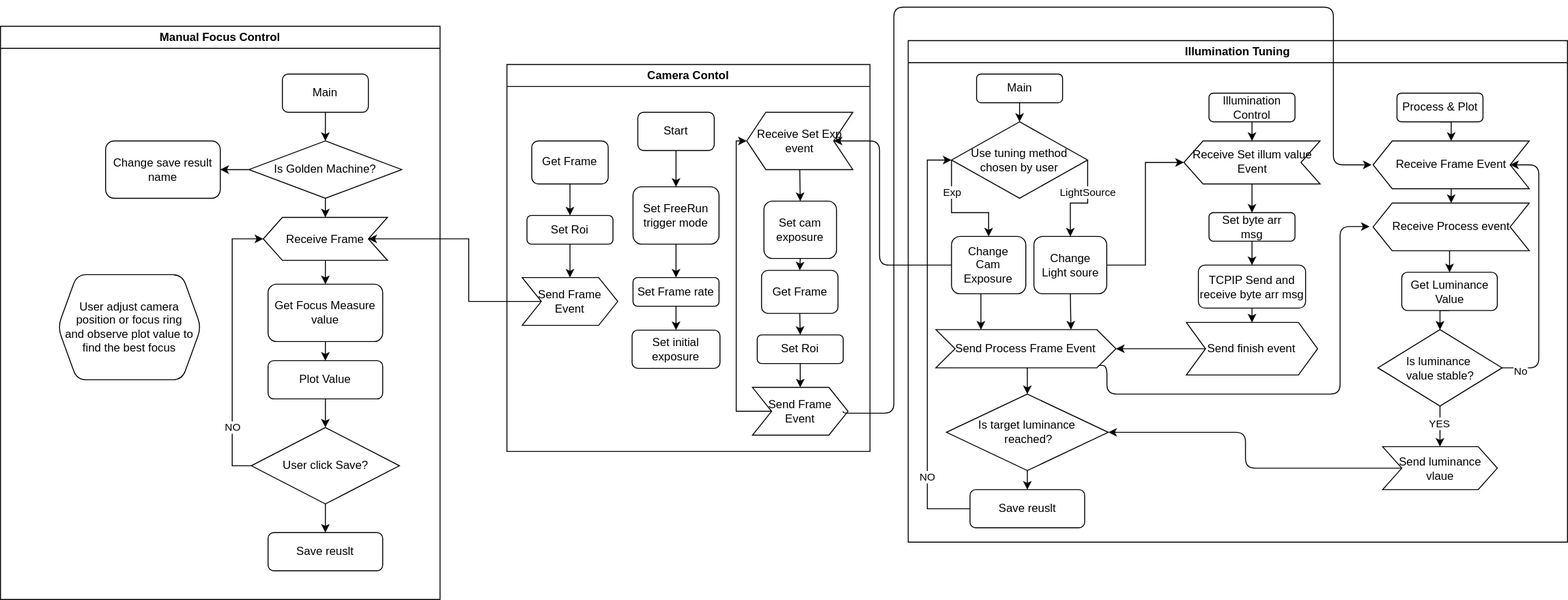
This is VSAM1.drawio.svg from TONiiV/flowcharts, a draw.io export, as it was before one commit. Source tidied: cells renumbered, new cells last; positions are measured from the earlier drawing's top-left corner, leaving out a move shared by most shapes.
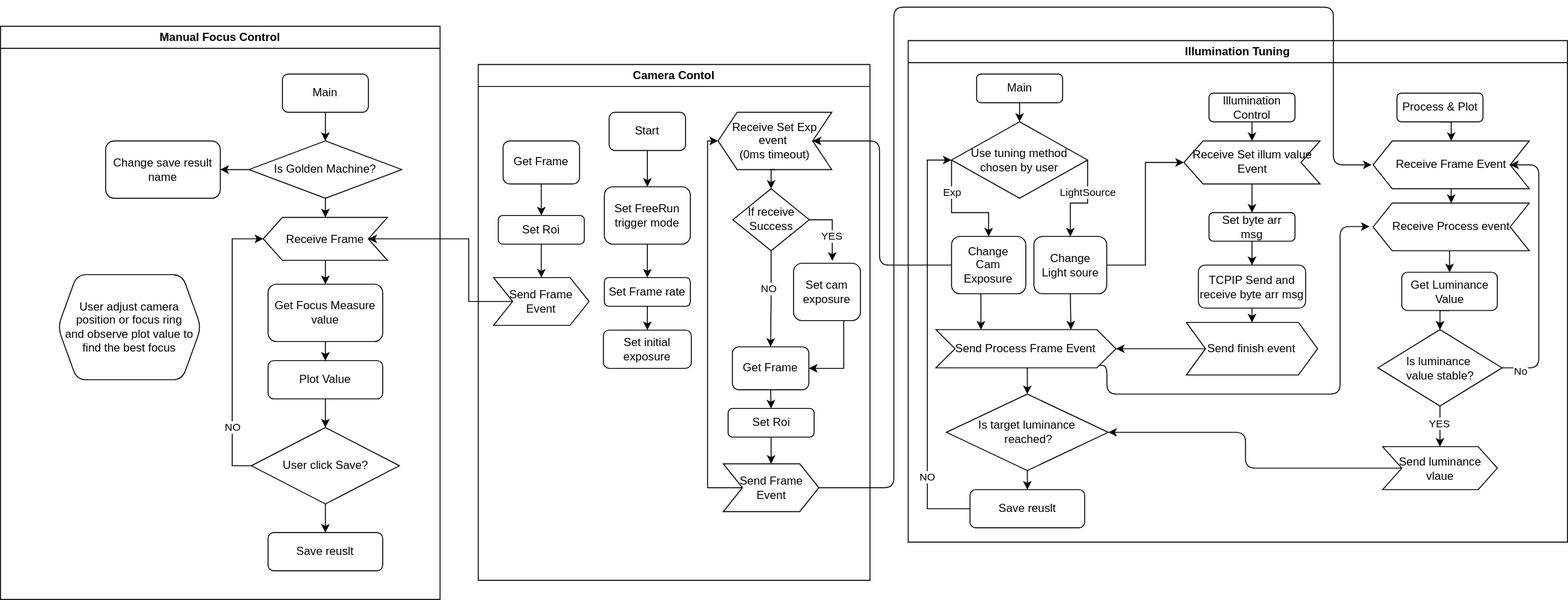
After the change.

Change to the diagram source:
```diff
@@ -182,7 +182,7 @@
       </mxGeometry>
     </mxCell>
     <mxCell id="49" value="Camera Contol" style="swimlane;whiteSpace=wrap;html=1;flipH=0;" parent="1" vertex="1">
-      <mxGeometry x="530" y="60" width="380" height="405" as="geometry" />
+      <mxGeometry x="500" y="60" width="410" height="540" as="geometry" />
     </mxCell>
     <mxCell id="50" value="Start" style="rounded=1;whiteSpace=wrap;html=1;" parent="49" vertex="1">
       <mxGeometry x="137" y="50" width="80" height="40" as="geometry" />
@@ -196,11 +196,11 @@
     <mxCell id="53" style="edgeStyle=orthogonalEdgeStyle;rounded=0;jettySize=auto;html=1;exitX=0.5;exitY=1;exitDx=0;exitDy=0;" parent="49" edge="1" source="50" target="52">
       <mxGeometry relative="1" as="geometry" />
     </mxCell>
-    <mxCell id="54" style="edgeStyle=orthogonalEdgeStyle;rounded=0;jettySize=auto;html=1;exitX=0.5;exitY=1;exitDx=0;exitDy=0;entryX=0.5;entryY=0;entryDx=0;entryDy=0;" parent="49" edge="1" source="55" target="59">
+    <mxCell id="54" style="edgeStyle=orthogonalEdgeStyle;rounded=0;jettySize=auto;html=1;exitX=0.75;exitY=1;exitDx=0;exitDy=0;entryX=1;entryY=0.5;entryDx=0;entryDy=0;" parent="49" edge="1" source="55" target="59">
       <mxGeometry relative="1" as="geometry" />
     </mxCell>
     <mxCell id="55" value="Set cam exposure" style="rounded=1;whiteSpace=wrap;html=1;" parent="49" vertex="1">
-      <mxGeometry x="269" y="143" width="76" height="60" as="geometry" />
+      <mxGeometry x="330" y="208" width="70" height="60" as="geometry" />
     </mxCell>
     <mxCell id="56" style="edgeStyle=orthogonalEdgeStyle;rounded=0;jettySize=auto;html=1;exitX=0.5;exitY=1;exitDx=0;exitDy=0;entryX=0.5;entryY=0;entryDx=0;entryDy=0;" parent="49" edge="1" source="57" target="62">
       <mxGeometry relative="1" as="geometry" />
@@ -212,24 +212,21 @@
       <mxGeometry relative="1" as="geometry" />
     </mxCell>
     <mxCell id="59" value="Get Frame" style="rounded=1;whiteSpace=wrap;html=1;" parent="49" vertex="1">
-      <mxGeometry x="266.5" y="215.5" width="80" height="45" as="geometry" />
+      <mxGeometry x="266" y="295.5" width="80" height="45" as="geometry" />
     </mxCell>
-    <mxCell id="60" style="edgeStyle=orthogonalEdgeStyle;rounded=0;jettySize=auto;html=1;exitX=0.5;exitY=1;exitDx=0;exitDy=0;entryX=0.5;entryY=0;entryDx=0;entryDy=0;" parent="49" edge="1" source="61" target="55">
-      <mxGeometry relative="1" as="geometry" />
-    </mxCell>
-    <mxCell id="61" value="Receive Set Exp event" style="rounded=0;whiteSpace=wrap;html=1;shape=step;fixedSize=1;perimeter=stepPerimeter;flipH=1;" parent="49" vertex="1">
-      <mxGeometry x="251" y="50" width="111" height="60" as="geometry" />
+    <mxCell id="61" value="Receive Set Exp event&amp;nbsp;&lt;div&gt;(0ms timeout)&lt;/div&gt;" style="rounded=0;whiteSpace=wrap;html=1;shape=step;fixedSize=1;perimeter=stepPerimeter;flipH=1;" parent="49" vertex="1">
+      <mxGeometry x="251" y="50" width="119" height="60" as="geometry" />
     </mxCell>
     <mxCell id="62" value="Set initial exposure" style="rounded=1;whiteSpace=wrap;html=1;" parent="49" vertex="1">
       <mxGeometry x="131" y="278" width="92" height="40" as="geometry" />
     </mxCell>
     <mxCell id="63" value="Send Frame Event" style="rounded=0;whiteSpace=wrap;html=1;shape=step;perimeter=stepPerimeter;fixedSize=1;flipH=0;" parent="49" vertex="1">
-      <mxGeometry x="257" y="338" width="100" height="50" as="geometry" />
+      <mxGeometry x="256.5" y="418" width="100" height="50" as="geometry" />
     </mxCell>
     <mxCell id="64" style="edgeStyle=orthogonalEdgeStyle;rounded=0;jettySize=auto;html=1;entryX=0;entryY=0.5;entryDx=0;entryDy=0;" parent="49" edge="1" source="63" target="61">
       <mxGeometry relative="1" as="geometry">
         <Array as="points">
-          <mxPoint x="240" y="363" />
+          <mxPoint x="240" y="443" />
           <mxPoint x="240" y="80" />
         </Array>
       </mxGeometry>
@@ -253,15 +250,33 @@
       <mxGeometry relative="1" as="geometry" />
     </mxCell>
     <mxCell id="71" value="Set Roi" style="rounded=1;whiteSpace=wrap;html=1;" parent="49" vertex="1">
-      <mxGeometry x="262" y="283" width="90" height="30" as="geometry" />
+      <mxGeometry x="261.5" y="360" width="90" height="30" as="geometry" />
     </mxCell>
+    <mxCell id="93" style="edgeStyle=orthogonalEdgeStyle;rounded=0;jettySize=auto;html=1;exitX=0.5;exitY=1;exitDx=0;exitDy=0;entryX=0.5;entryY=0;entryDx=0;entryDy=0;" parent="49" edge="1" source="61" target="96">
+      <mxGeometry relative="1" as="geometry" />
+    </mxCell>
+    <mxCell id="94" style="edgeStyle=orthogonalEdgeStyle;rounded=0;jettySize=auto;html=1;exitX=0.5;exitY=1;exitDx=0;exitDy=0;" parent="49" edge="1" source="96" target="59">
+      <mxGeometry relative="1" as="geometry" />
+    </mxCell>
+    <mxCell id="95" value="NO" style="edgeLabel;html=1;align=center;verticalAlign=middle;" parent="94" vertex="1">
+      <mxGeometry x="-0.21" y="-3" relative="1" as="geometry" />
+    </mxCell>
+    <mxCell id="96" value="If receive Success" style="rhombus;whiteSpace=wrap;html=1;" parent="49" vertex="1">
+      <mxGeometry x="266.5" y="130" width="80" height="65" as="geometry" />
+    </mxCell>
+    <mxCell id="97" style="edgeStyle=orthogonalEdgeStyle;rounded=0;jettySize=auto;html=1;exitX=1;exitY=0.5;exitDx=0;exitDy=0;entryX=0.579;entryY=-0.042;entryDx=0;entryDy=0;entryPerimeter=0;" parent="49" edge="1" source="96" target="55">
+      <mxGeometry relative="1" as="geometry" />
+    </mxCell>
+    <mxCell id="98" value="YES" style="edgeLabel;html=1;align=center;verticalAlign=middle;" parent="97" vertex="1">
+      <mxGeometry x="-0.02" y="2" relative="1" as="geometry">
+        <mxPoint x="-3" y="9" as="offset" />
+      </mxGeometry>
+    </mxCell>
-    <mxCell id="72" style="edgeStyle=orthogonalEdgeStyle;rounded=1;orthogonalLoop=1;jettySize=auto;html=1;exitX=1;exitY=0.5;exitDx=0;exitDy=0;curved=0;" parent="1" edge="1">
+    <mxCell id="72" style="edgeStyle=orthogonalEdgeStyle;rounded=1;jettySize=auto;html=1;exitX=1;exitY=0.5;exitDx=0;exitDy=0;curved=0;" parent="1" edge="1" source="63">
       <mxGeometry relative="1" as="geometry">
-        <mxPoint x="882" y="423" as="sourcePoint" />
         <mxPoint x="1435" y="165" as="targetPoint" />
         <Array as="points">
-          <mxPoint x="882" y="425" />
-          <mxPoint x="935" y="425" />
+          <mxPoint x="935" y="503" />
           <mxPoint x="935" />
           <mxPoint x="1395" />
           <mxPoint x="1395" y="165" />
```
